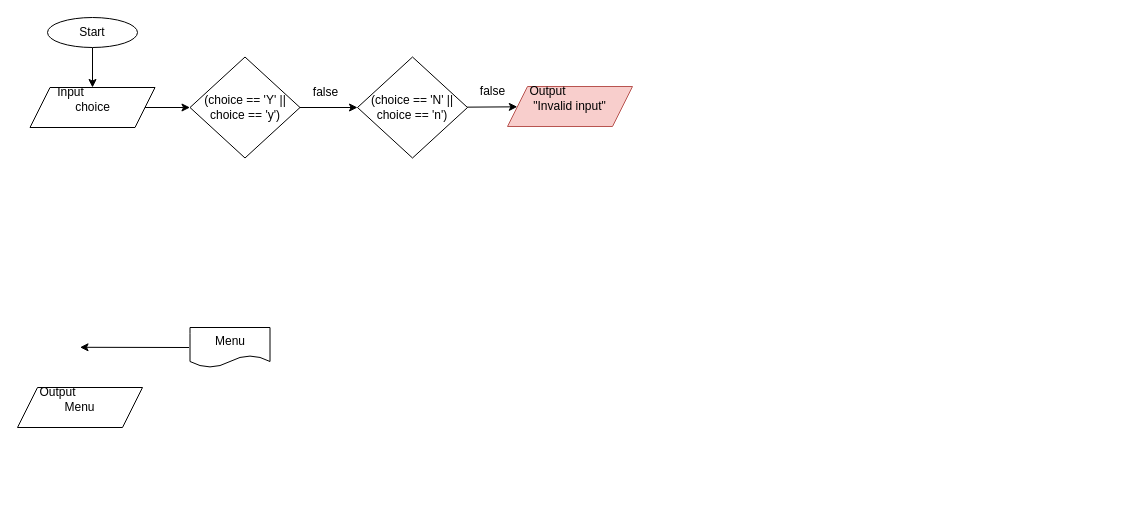
The draw.io diagram page "Page-2" (2 of 3) of Submission/sec02/Tupperware/classDiagram.drawio in jjn7702/SECJ2013-DSA, before the edit. Source tidied: cells renumbered, new cells numbered last; positions are measured from the earlier drawing's top-left corner, leaving out a move shared by most shapes. Both pictures are drawn from the tidied source at 100%, with x=0, y=0 at pixel (17, 17).
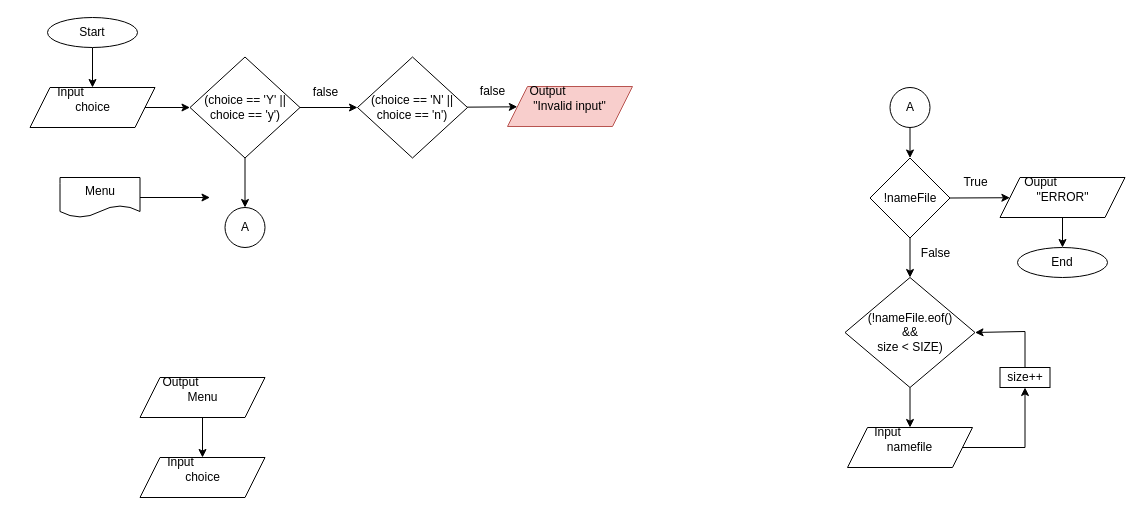
After the change.

The change refers to these unchanged cells:
```xml
<mxCell id="5" value="Menu" style="shape=parallelogram;perimeter=parallelogramPerimeter;whiteSpace=wrap;html=1;fixedSize=1;fontColor=#000000;" parent="4" vertex="1">
  <mxGeometry y="10" width="125" height="40" as="geometry" />
</mxCell>
<mxCell id="13" value="(choice == 'Y' || choice == 'y')" style="rhombus;whiteSpace=wrap;html=1;fontColor=#000000;" parent="1" vertex="1">
  <mxGeometry x="172.5" y="39.5" width="110" height="101" as="geometry" />
</mxCell>
```

Change to the diagram source:
```diff
@@
     <mxCell id="4" style="group;" parent="1" vertex="1">
-      <mxGeometry y="360" width="125" height="50" as="geometry" />
+      <mxGeometry x="122.5" y="350" width="125" height="50" as="geometry" />
     </mxCell>
@@
-    <mxCell id="7" style="edgeStyle=none;html=1;exitX=0;exitY=0.5;exitDx=0;exitDy=0;fontColor=#000000;" parent="1" edge="1">
+    <mxCell id="7" style="edgeStyle=none;html=1;exitX=1;exitY=0.5;exitDx=0;exitDy=0;fontColor=#000000;" parent="1" edge="1" source="8">
       <mxGeometry relative="1" as="geometry">
-        <mxPoint x="171.5" y="330" as="sourcePoint" />
-        <mxPoint x="62.5" y="329.8" as="targetPoint" />
+        <mxPoint x="192.5" y="180" as="targetPoint" />
       </mxGeometry>
     </mxCell>
     <mxCell id="8" value="Menu" style="shape=document;whiteSpace=wrap;html=1;boundedLbl=1;fontColor=#000000;" parent="1" vertex="1">
-      <mxGeometry x="172.5" y="310" width="80" height="40" as="geometry" />
+      <mxGeometry x="42.5" y="160" width="80" height="40" as="geometry" />
     </mxCell>
@@
+    <mxCell id="22" style="edgeStyle=none;html=1;exitX=0.5;exitY=1;exitDx=0;exitDy=0;entryX=0.5;entryY=0;entryDx=0;entryDy=0;fontColor=#000000;" parent="1" edge="1" source="13" target="27">
+      <mxGeometry relative="1" as="geometry" />
+    </mxCell>
@@
+    <mxCell id="23" style="group;" parent="1" vertex="1">
+      <mxGeometry x="122.5" y="430" width="125" height="50" as="geometry" />
+    </mxCell>
+    <mxCell id="24" value="choice" style="shape=parallelogram;perimeter=parallelogramPerimeter;whiteSpace=wrap;html=1;fixedSize=1;fontColor=#000000;" parent="23" vertex="1">
+      <mxGeometry y="10" width="125" height="40" as="geometry" />
+    </mxCell>
+    <mxCell id="25" value="Input" style="text;html=1;align=center;verticalAlign=middle;strokeColor=none;fillColor=none;fontColor=#000000;" parent="23" vertex="1">
+      <mxGeometry x="15" width="50" height="30" as="geometry" />
+    </mxCell>
+    <mxCell id="26" style="edgeStyle=none;html=1;exitX=0.5;exitY=1;exitDx=0;exitDy=0;fontColor=#000000;" parent="1" edge="1" source="5" target="24">
+      <mxGeometry relative="1" as="geometry" />
+    </mxCell>
+    <mxCell id="27" value="A" style="ellipse;whiteSpace=wrap;html=1;fontColor=#000000;" parent="1" vertex="1">
+      <mxGeometry x="207.5" y="190" width="40" height="40" as="geometry" />
+    </mxCell>
+    <mxCell id="28" style="edgeStyle=none;html=1;exitX=0.5;exitY=1;exitDx=0;exitDy=0;fontColor=#000000;" parent="1" edge="1" source="29" target="32">
+      <mxGeometry relative="1" as="geometry" />
+    </mxCell>
+    <mxCell id="29" value="A" style="ellipse;whiteSpace=wrap;html=1;fontColor=#000000;" parent="1" vertex="1">
+      <mxGeometry x="872.5" y="70" width="40" height="40" as="geometry" />
+    </mxCell>
+    <mxCell id="30" style="edgeStyle=none;html=1;exitX=1;exitY=0.5;exitDx=0;exitDy=0;fontColor=#000000;" parent="1" edge="1" source="32" target="34">
+      <mxGeometry relative="1" as="geometry" />
+    </mxCell>
+    <mxCell id="31" style="edgeStyle=none;html=1;fontColor=#000000;" parent="1" edge="1" source="32" target="38">
+      <mxGeometry relative="1" as="geometry" />
+    </mxCell>
+    <mxCell id="32" value="!nameFile" style="rhombus;whiteSpace=wrap;html=1;fontColor=#000000;" parent="1" vertex="1">
+      <mxGeometry x="852.5" y="140.5" width="80" height="80" as="geometry" />
+    </mxCell>
+    <mxCell id="33" style="group;" parent="1" vertex="1">
+      <mxGeometry x="982.5" y="150" width="125" height="50" as="geometry" />
+    </mxCell>
+    <mxCell id="34" value="&quot;ERROR&quot;" style="shape=parallelogram;perimeter=parallelogramPerimeter;whiteSpace=wrap;html=1;fixedSize=1;fontColor=#000000;" parent="33" vertex="1">
+      <mxGeometry y="10" width="125" height="40" as="geometry" />
+    </mxCell>
+    <mxCell id="35" value="Ouput" style="text;html=1;align=center;verticalAlign=middle;strokeColor=none;fillColor=none;fontColor=#000000;" parent="33" vertex="1">
+      <mxGeometry x="10" width="60" height="30" as="geometry" />
+    </mxCell>
+    <mxCell id="36" value="True" style="text;html=1;align=center;verticalAlign=middle;strokeColor=none;fillColor=none;fontColor=#000000;" parent="1" vertex="1">
+      <mxGeometry x="932.5" y="150" width="50" height="30" as="geometry" />
+    </mxCell>
+    <mxCell id="37" style="edgeStyle=none;html=1;fontColor=#000000;" parent="1" edge="1" source="38" target="43">
+      <mxGeometry relative="1" as="geometry" />
+    </mxCell>
+    <mxCell id="38" value="(!nameFile.eof()&lt;br&gt;&amp;amp;&amp;amp;&lt;br&gt;size &amp;lt; SIZE)" style="rhombus;whiteSpace=wrap;html=1;fontColor=#000000;" parent="1" vertex="1">
+      <mxGeometry x="827.5" y="260" width="130" height="110" as="geometry" />
+    </mxCell>
+    <mxCell id="39" value="End" style="ellipse;whiteSpace=wrap;html=1;fontColor=#000000;" parent="1" vertex="1">
+      <mxGeometry x="1000" y="230" width="90" height="30" as="geometry" />
+    </mxCell>
+    <mxCell id="40" style="edgeStyle=none;html=1;fontColor=#000000;" parent="1" edge="1" source="34" target="39">
+      <mxGeometry relative="1" as="geometry" />
+    </mxCell>
+    <mxCell id="41" value="False" style="text;html=1;align=center;verticalAlign=middle;strokeColor=none;fillColor=none;fontColor=#000000;" parent="1" vertex="1">
+      <mxGeometry x="892.5" y="220.5" width="50" height="30" as="geometry" />
+    </mxCell>
+    <mxCell id="42" style="group;" parent="1" vertex="1">
+      <mxGeometry x="830" y="400" width="125" height="50" as="geometry" />
+    </mxCell>
+    <mxCell id="43" value="namefile" style="shape=parallelogram;perimeter=parallelogramPerimeter;whiteSpace=wrap;html=1;fixedSize=1;fontColor=#000000;" parent="42" vertex="1">
+      <mxGeometry y="10" width="125" height="40" as="geometry" />
+    </mxCell>
+    <mxCell id="44" value="Input" style="text;html=1;align=center;verticalAlign=middle;strokeColor=none;fillColor=none;fontColor=#000000;" parent="42" vertex="1">
+      <mxGeometry x="15" width="50" height="30" as="geometry" />
+    </mxCell>
+    <mxCell id="45" style="edgeStyle=none;rounded=0;html=1;exitX=0.5;exitY=0;exitDx=0;exitDy=0;fontColor=#000000;entryX=1;entryY=0.5;entryDx=0;entryDy=0;" parent="1" edge="1" source="46" target="38">
+      <mxGeometry relative="1" as="geometry">
+        <Array as="points">
+          <mxPoint x="1007.5" y="314" />
+        </Array>
+      </mxGeometry>
+    </mxCell>
+    <mxCell id="46" value="size++" style="whiteSpace=wrap;html=1;fontColor=#000000;" parent="1" vertex="1">
+      <mxGeometry x="982.5" y="350" width="50" height="20" as="geometry" />
+    </mxCell>
+    <mxCell id="47" style="edgeStyle=none;html=1;exitX=1;exitY=0.5;exitDx=0;exitDy=0;entryX=0.5;entryY=1;entryDx=0;entryDy=0;fontColor=#000000;rounded=0;" parent="1" edge="1" source="43" target="46">
+      <mxGeometry relative="1" as="geometry">
+        <Array as="points">
+          <mxPoint x="1007.5" y="430" />
+        </Array>
+      </mxGeometry>
+    </mxCell>
```
